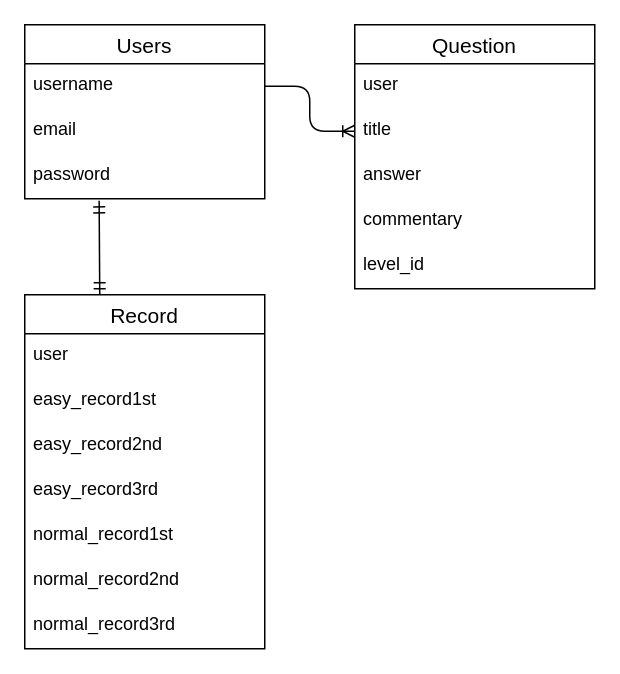
mitsu23273552/type_programming keeps this draw.io diagram as type_programming.dio. Above is the earlier version. Source tidied: cells renumbered, new cells numbered last; positions are measured from the earlier drawing's top-left corner, leaving out a move shared by most shapes. Both pictures are drawn from the tidied source at 150%, with x=0, y=0 at pixel (24, 24).
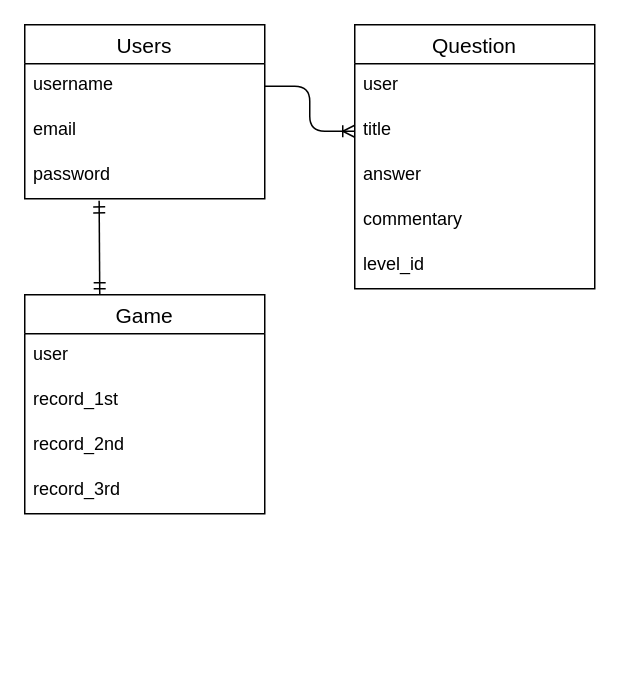
The same diagram, later.

Commit message (it also covers changes not shown here):
READ MEとER図の修正

Diff of the diagram source:
```diff
@@
-    <mxCell id="6" value="Record" style="swimlane;fontStyle=0;horizontal=1;startSize=26;align=center;fontSize=14;" parent="1" vertex="1">
-      <mxGeometry y="180" width="160" height="236" as="geometry" />
+    <mxCell id="6" value="Game" style="swimlane;fontStyle=0;horizontal=1;startSize=26;align=center;fontSize=14;" parent="1" vertex="1">
+      <mxGeometry y="180" width="160" height="146" as="geometry" />
     </mxCell>
@@
-    <mxCell id="8" value="easy_record1st" style="text;strokeColor=none;fillColor=none;spacingLeft=4;spacingRight=4;overflow=hidden;fontSize=12;" parent="6" vertex="1">
+    <mxCell id="8" value="record_1st" style="text;strokeColor=none;fillColor=none;spacingLeft=4;spacingRight=4;overflow=hidden;fontSize=12;" parent="6" vertex="1">
       <mxGeometry y="56" width="160" height="30" as="geometry" />
     </mxCell>
-    <mxCell id="9" value="easy_record2nd" style="text;strokeColor=none;fillColor=none;spacingLeft=4;spacingRight=4;overflow=hidden;fontSize=12;" parent="6" vertex="1">
-      <mxGeometry y="86" width="160" height="30" as="geometry" />
-    </mxCell>
-    <mxCell id="10" value="easy_record3rd" style="text;strokeColor=none;fillColor=none;spacingLeft=4;spacingRight=4;overflow=hidden;fontSize=12;" parent="6" vertex="1">
-      <mxGeometry y="116" width="160" height="30" as="geometry" />
-    </mxCell>
-    <mxCell id="11" value="normal_record1st" style="text;strokeColor=none;fillColor=none;spacingLeft=4;spacingRight=4;overflow=hidden;fontSize=12;" parent="6" vertex="1">
-      <mxGeometry y="146" width="160" height="30" as="geometry" />
-    </mxCell>
-    <mxCell id="12" value="normal_record2nd" style="text;strokeColor=none;fillColor=none;spacingLeft=4;spacingRight=4;overflow=hidden;fontSize=12;" parent="6" vertex="1">
-      <mxGeometry y="176" width="160" height="30" as="geometry" />
+    <mxCell id="12" value="record_2nd" style="text;strokeColor=none;fillColor=none;spacingLeft=4;spacingRight=4;overflow=hidden;fontSize=12;" parent="6" vertex="1">
+      <mxGeometry y="86" width="160" height="30" as="geometry" />
     </mxCell>
-    <mxCell id="13" value="normal_record3rd" style="text;strokeColor=none;fillColor=none;spacingLeft=4;spacingRight=4;overflow=hidden;fontSize=12;" parent="6" vertex="1">
-      <mxGeometry y="206" width="160" height="30" as="geometry" />
+    <mxCell id="13" value="record_3rd" style="text;strokeColor=none;fillColor=none;spacingLeft=4;spacingRight=4;overflow=hidden;fontSize=12;" parent="6" vertex="1">
+      <mxGeometry y="116" width="160" height="30" as="geometry" />
     </mxCell>
```
